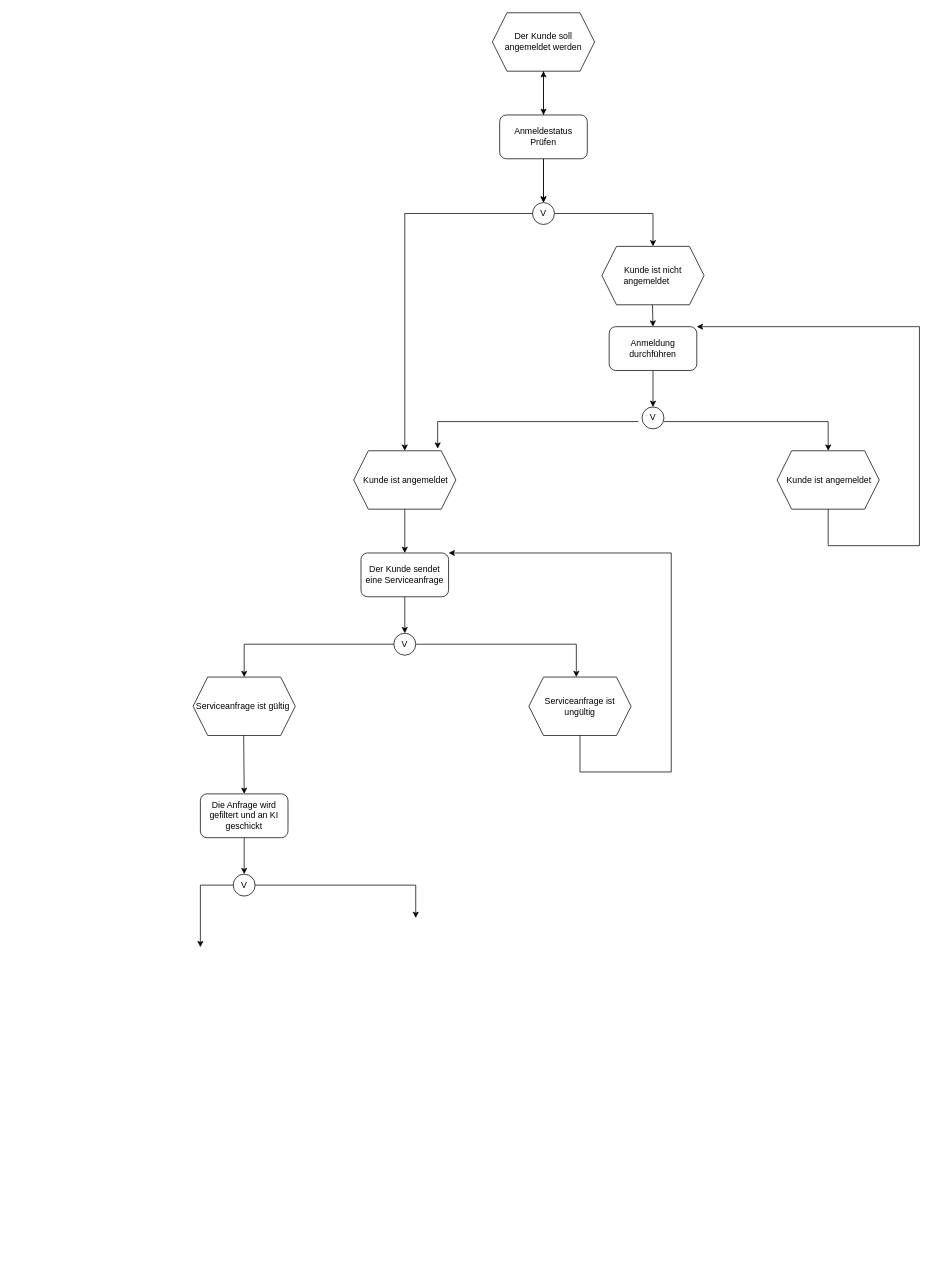
Earlier version of the draw.io diagram Untitled Diagram.drawio (Parsaafsh/Lernfeld-7). Source tidied: cells renumbered, new cells numbered last; positions are measured from the earlier drawing's top-left corner, leaving out a move shared by most shapes. Both pictures are drawn from the tidied source at 73%, with x=0, y=0 at pixel (193, 12).
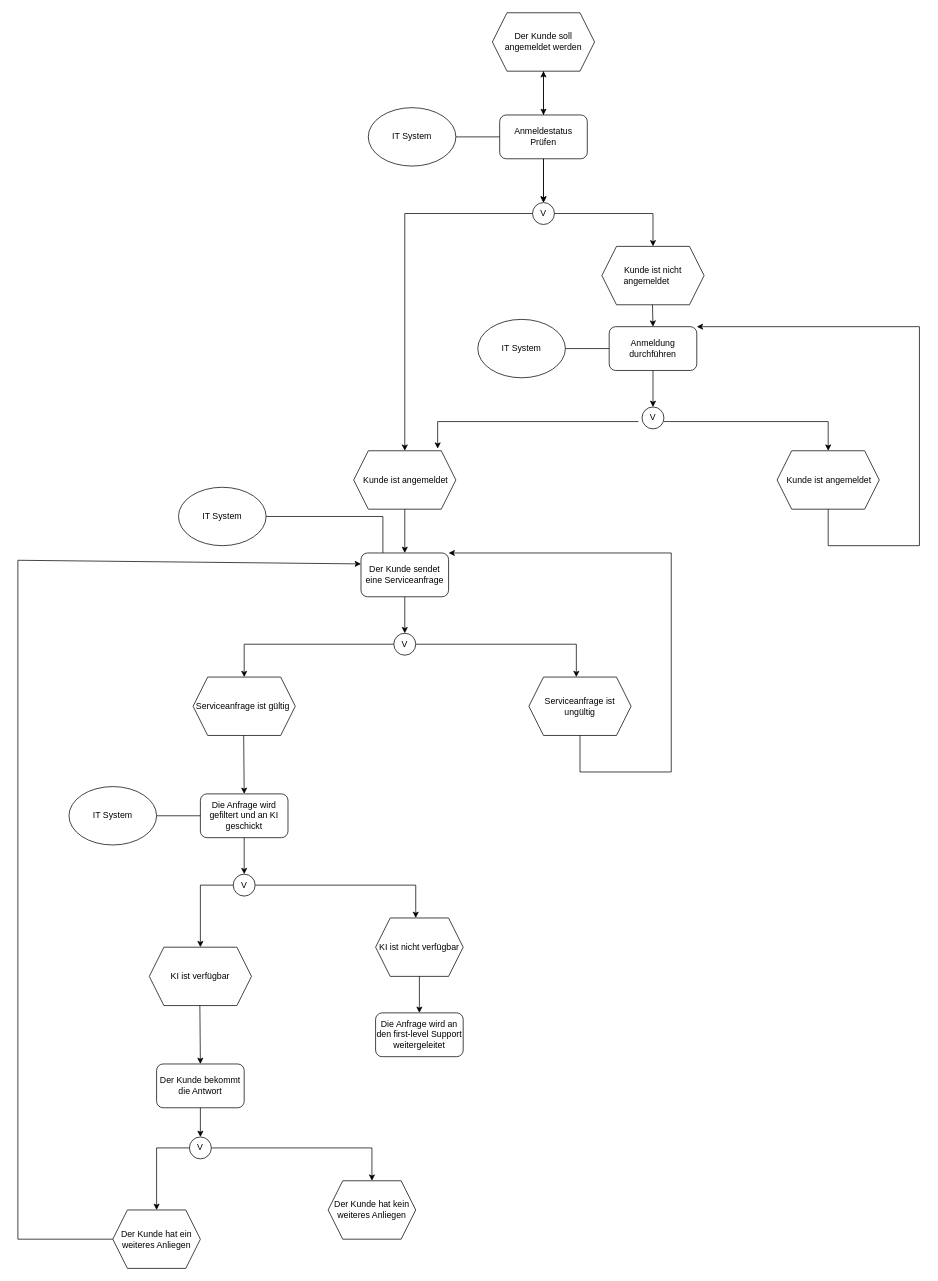
After the change.

Unchanged cells that the change refers to:
```xml
<mxCell id="6" value="Anmeldestatus Prüfen" style="rounded=1;whiteSpace=wrap;html=1;" parent="1" vertex="1">
  <mxGeometry x="420" y="140" width="120" height="60" as="geometry" />
</mxCell>
<mxCell id="23" value="Der Kunde sendet eine Serviceanfrage" style="rounded=1;whiteSpace=wrap;html=1;" parent="1" vertex="1">
  <mxGeometry x="230" y="740" width="120" height="60" as="geometry" />
</mxCell>
```

Diff of the diagram source:
```diff
@@
+    <mxCell id="41" value="KI ist nicht verfügbar" style="shape=hexagon;perimeter=hexagonPerimeter2;whiteSpace=wrap;html=1;fixedSize=1;" parent="1" vertex="1">
+      <mxGeometry x="250" y="1240" width="120" height="80" as="geometry" />
+    </mxCell>
+    <mxCell id="42" value="KI ist verfügbar" style="shape=hexagon;perimeter=hexagonPerimeter2;whiteSpace=wrap;html=1;fixedSize=1;" parent="1" vertex="1">
+      <mxGeometry x="-60" y="1280" width="140" height="80" as="geometry" />
+    </mxCell>
+    <mxCell id="43" style="endArrow=classic;html=1;rounded=0;exitX=0.5;exitY=1;exitDx=0;exitDy=0;entryX=0.5;entryY=0;entryDx=0;entryDy=0;" parent="1" edge="1" target="44">
+      <mxGeometry relative="1" as="geometry">
+        <mxPoint x="9.3" y="1360" as="sourcePoint" />
+      </mxGeometry>
+    </mxCell>
+    <mxCell id="44" value="Der Kunde bekommt die Antwort" style="rounded=1;whiteSpace=wrap;html=1;" parent="1" vertex="1">
+      <mxGeometry x="-50" y="1440" width="120" height="60" as="geometry" />
+    </mxCell>
+    <mxCell id="45" style="endArrow=classic;html=1;rounded=0;exitX=0.5;exitY=1;exitDx=0;exitDy=0;" parent="1" edge="1">
+      <mxGeometry relative="1" as="geometry">
+        <mxPoint x="310" y="1320" as="sourcePoint" />
+        <mxPoint x="310" y="1370" as="targetPoint" />
+      </mxGeometry>
+    </mxCell>
+    <mxCell id="46" value="Die Anfrage wird an den first-level Support weitergeleitet" style="rounded=1;whiteSpace=wrap;html=1;" parent="1" vertex="1">
+      <mxGeometry x="250" y="1370" width="120" height="60" as="geometry" />
+    </mxCell>
+    <mxCell id="47" style="endArrow=classic;html=1;rounded=0;exitX=0.5;exitY=1;exitDx=0;exitDy=0;" parent="1" edge="1" source="51">
+      <mxGeometry relative="1" as="geometry">
+        <mxPoint x="5" y="1540" as="targetPoint" />
+      </mxGeometry>
+    </mxCell>
+    <mxCell id="48" style="endArrow=classic;html=1;rounded=0;exitX=1;exitY=0.5;exitDx=0;exitDy=0;entryX=0.5;entryY=0;entryDx=0;entryDy=0;" parent="1" edge="1" source="51">
+      <mxGeometry relative="1" as="geometry">
+        <mxPoint x="245" y="1600" as="targetPoint" />
+        <Array as="points">
+          <mxPoint x="245" y="1555" />
+        </Array>
+      </mxGeometry>
+    </mxCell>
+    <mxCell id="49" style="endArrow=classic;html=1;rounded=0;exitX=0;exitY=0.5;exitDx=0;exitDy=0;" parent="1" edge="1" source="51">
+      <mxGeometry relative="1" as="geometry">
+        <mxPoint x="-50" y="1640" as="targetPoint" />
+        <Array as="points">
+          <mxPoint x="-50" y="1555" />
+        </Array>
+      </mxGeometry>
+    </mxCell>
+    <mxCell id="50" style="endArrow=classic;html=1;rounded=0;exitX=1;exitY=0.5;exitDx=0;exitDy=0;entryX=0.5;entryY=0;entryDx=0;entryDy=0;" parent="1" edge="1" target="51">
+      <mxGeometry relative="1" as="geometry">
+        <mxPoint x="20" y="1560" as="sourcePoint" />
+      </mxGeometry>
+    </mxCell>
+    <mxCell id="51" value="V" style="ellipse;whiteSpace=wrap;html=1;" parent="1" vertex="1">
+      <mxGeometry x="-5" y="1540" width="30" height="30" as="geometry" />
+    </mxCell>
+    <mxCell id="52" style="endArrow=classic;html=1;rounded=0;exitX=0.5;exitY=1;exitDx=0;exitDy=0;entryX=0.5;entryY=0;entryDx=0;entryDy=0;" parent="1" edge="1" target="51">
+      <mxGeometry relative="1" as="geometry">
+        <mxPoint x="10" y="1500" as="sourcePoint" />
+      </mxGeometry>
+    </mxCell>
+    <mxCell id="53" value="Der Kunde hat ein weiteres Anliegen" style="shape=hexagon;perimeter=hexagonPerimeter2;whiteSpace=wrap;html=1;fixedSize=1;" parent="1" vertex="1">
+      <mxGeometry x="-110" y="1640" width="120" height="80" as="geometry" />
+    </mxCell>
+    <mxCell id="54" value="Der Kunde hat kein weiteres Anliegen" style="shape=hexagon;perimeter=hexagonPerimeter2;whiteSpace=wrap;html=1;fixedSize=1;" parent="1" vertex="1">
+      <mxGeometry x="185" y="1600" width="120" height="80" as="geometry" />
+    </mxCell>
+    <mxCell id="55" style="endArrow=classic;html=1;rounded=0;exitX=0;exitY=0.5;exitDx=0;exitDy=0;entryX=0;entryY=0.25;entryDx=0;entryDy=0;" parent="1" edge="1" source="53" target="23">
+      <mxGeometry relative="1" as="geometry">
+        <Array as="points">
+          <mxPoint x="-240" y="1680" />
+          <mxPoint x="-240" y="750" />
+        </Array>
+      </mxGeometry>
+    </mxCell>
+    <mxCell id="56" value="IT System" style="ellipse;whiteSpace=wrap;html=1;" parent="1" vertex="1">
+      <mxGeometry x="240" y="130" width="120" height="80" as="geometry" />
+    </mxCell>
+    <mxCell id="57" style="endArrow=none;html=1;rounded=0;entryX=0;entryY=0.5;entryDx=0;entryDy=0;exitX=1;exitY=0.5;exitDx=0;exitDy=0;" parent="1" edge="1" source="56" target="6">
+      <mxGeometry relative="1" as="geometry" />
+    </mxCell>
+    <mxCell id="58" value="IT System" style="ellipse;whiteSpace=wrap;html=1;" parent="1" vertex="1">
+      <mxGeometry x="390" y="420" width="120" height="80" as="geometry" />
+    </mxCell>
+    <mxCell id="59" style="endArrow=none;html=1;rounded=0;entryX=0;entryY=0.5;entryDx=0;entryDy=0;exitX=1;exitY=0.5;exitDx=0;exitDy=0;" parent="1" edge="1" source="58">
+      <mxGeometry relative="1" as="geometry">
+        <mxPoint x="570" y="460" as="targetPoint" />
+      </mxGeometry>
+    </mxCell>
+    <mxCell id="60" value="IT System" style="ellipse;whiteSpace=wrap;html=1;" parent="1" vertex="1">
+      <mxGeometry x="-20" y="650" width="120" height="80" as="geometry" />
+    </mxCell>
+    <mxCell id="61" style="endArrow=none;html=1;rounded=0;entryX=0.25;entryY=0;entryDx=0;entryDy=0;exitX=1;exitY=0.5;exitDx=0;exitDy=0;" parent="1" edge="1" source="60" target="23">
+      <mxGeometry relative="1" as="geometry">
+        <Array as="points">
+          <mxPoint x="260" y="690" />
+        </Array>
+      </mxGeometry>
+    </mxCell>
+    <mxCell id="62" value="IT System" style="ellipse;whiteSpace=wrap;html=1;" parent="1" vertex="1">
+      <mxGeometry x="-170" y="1060" width="120" height="80" as="geometry" />
+    </mxCell>
+    <mxCell id="63" style="endArrow=none;html=1;rounded=0;entryX=0;entryY=0.5;entryDx=0;entryDy=0;exitX=1;exitY=0.5;exitDx=0;exitDy=0;" parent="1" edge="1" source="62">
+      <mxGeometry relative="1" as="geometry">
+        <mxPoint x="10" y="1100" as="targetPoint" />
+      </mxGeometry>
+    </mxCell>
```
